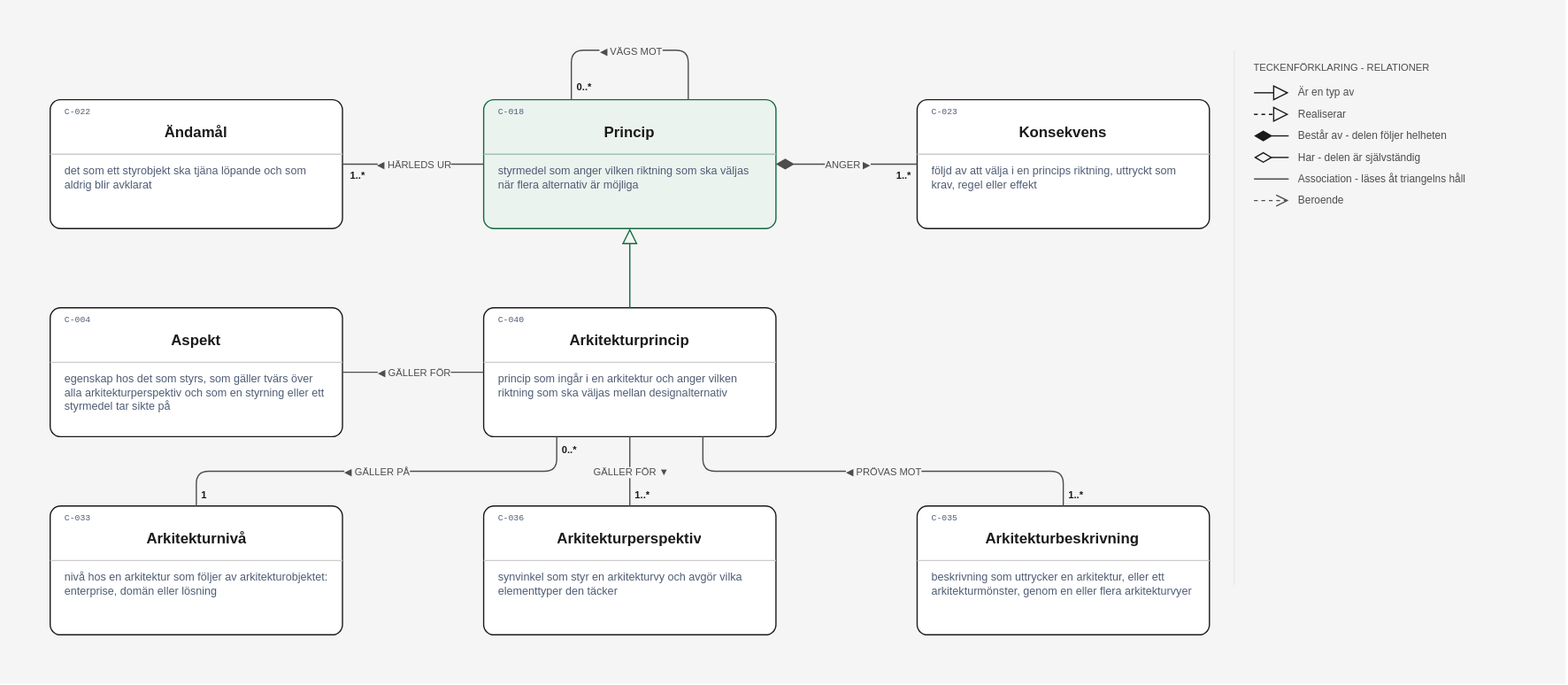
Before: layout/Princip detalj.drawio.svg, a diagram exported from draw.io (nickdin/gestaltadet-katalog). Source tidied: cells renumbered, new cells last; positions are measured from the earlier drawing's top-left corner, leaving out a move shared by most shapes.
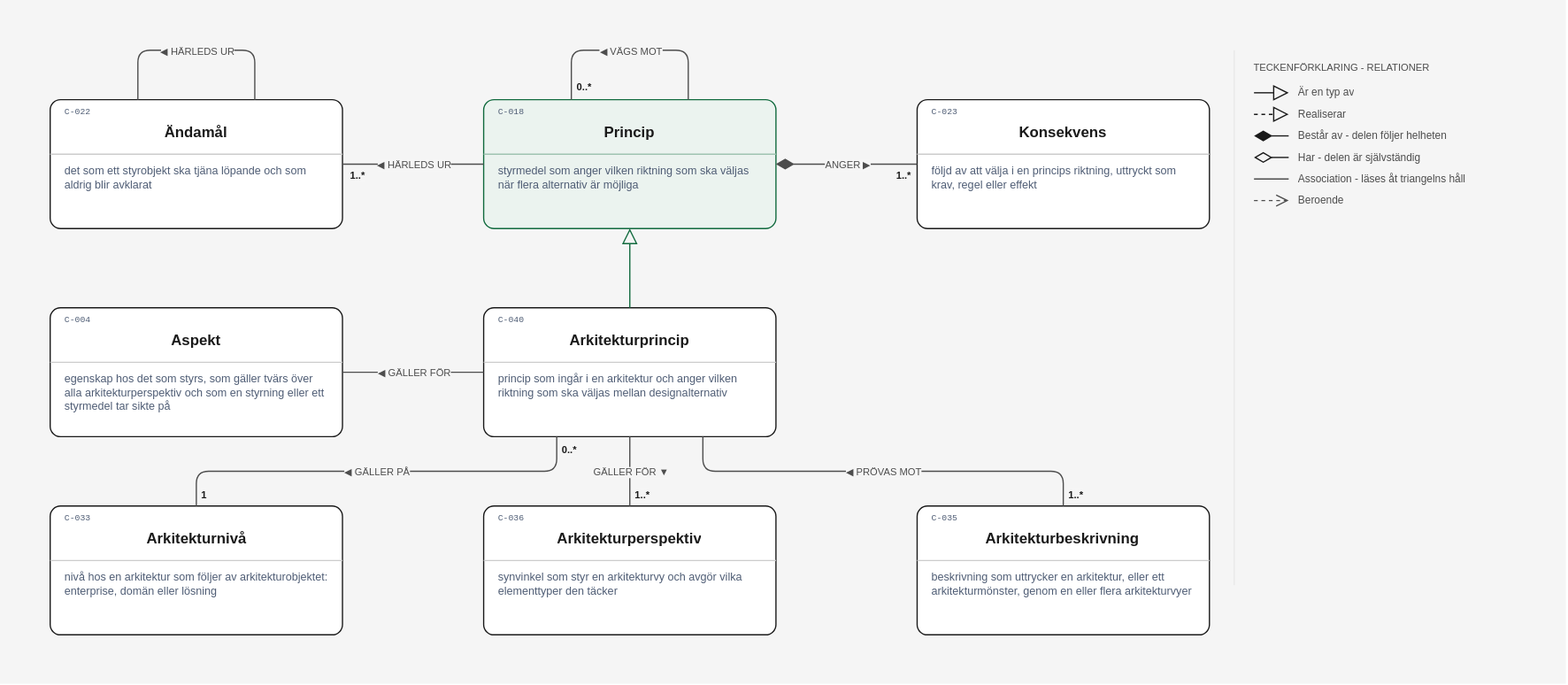
After the commit.

Commit message:
Ritningen Princip detalj aktualiseras mot lagret: 0 pilar ändrade, 1 tillagd (Ändamål (C-022) härleds ur Ändamål (C-022)), 3 lämnade för värdering (#93, #98, #103)

Stänger #80

Claude-Session: https://claude.ai/code/session_014hgawNBSmezrcKX8vMpay7

Diff of the diagram source:
```diff
@@ -321,5 +321,16 @@
     <mxCell id="86" value="◀ GÄLLER FÖR" style="edgeLabel;html=1;align=center;verticalAlign=middle;fontFamily=Helvetica;fontSize=8;fontColor=#4d4d4d;fontStyle=0;labelBackgroundColor=#f5f5f5;" parent="85" vertex="1">
       <mxGeometry relative="1" as="geometry" />
     </mxCell>
+    <mxCell id="87" style="edgeStyle=orthogonalEdgeStyle;rounded=1;html=1;strokeColor=#4d4d4d;strokeWidth=1;endArrow=none;endSize=8;exitX=0.7;exitY=0.0;exitDx=0;exitDy=0;entryX=0.3;entryY=0.0;entryDx=0;entryDy=0;jumpStyle=line;" parent="1" edge="1" source="4" target="4">
+      <mxGeometry relative="1" as="geometry">
+        <Array as="points">
+          <mxPoint x="205.2" y="40" />
+          <mxPoint x="110.8" y="40" />
+        </Array>
+      </mxGeometry>
+    </mxCell>
+    <mxCell id="88" value="◀ HÄRLEDS UR" style="edgeLabel;html=1;align=center;verticalAlign=middle;fontFamily=Helvetica;fontSize=8;fontColor=#4d4d4d;fontStyle=0;labelBackgroundColor=#f5f5f5;" parent="87" vertex="1">
+      <mxGeometry relative="1" as="geometry" />
+    </mxCell>
   </root>
 </mxGraphModel>
```
